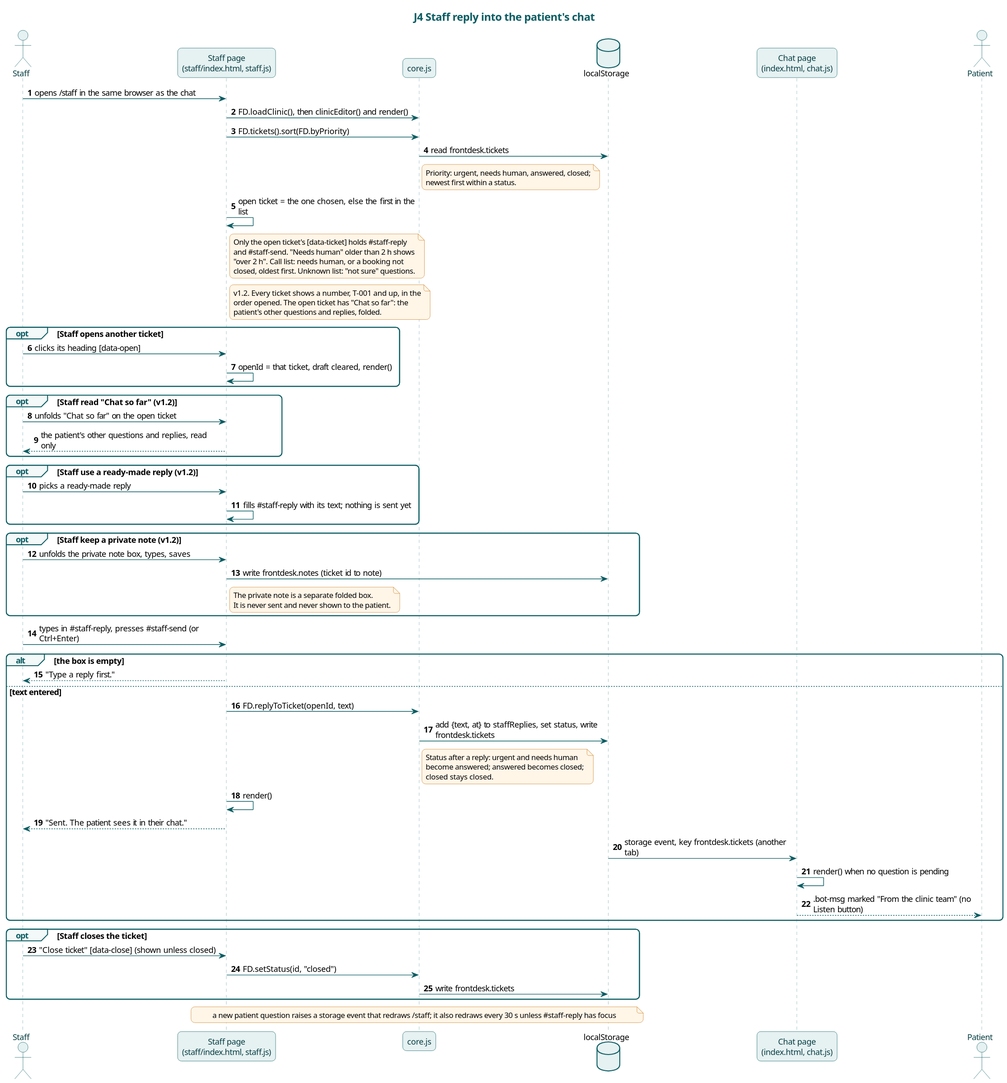
This is docs/diagrams/j4-staff-reply.svg from karwasanjay007/frontdesk-ai-docs, a PlantUML export, as it was before one commit. Its diagram source:
```plantuml
@startuml
!include style.iuml
title J4 Staff reply into the patient's chat
actor Staff
participant "Staff page\n(staff/index.html, staff.js)" as SP
participant "core.js" as Core
database "localStorage" as LS
participant "Chat page\n(index.html, chat.js)" as Chat
actor Patient
autonumber

Staff -> SP : opens /staff in the same browser as the chat
SP -> Core : FD.loadClinic(), then clinicEditor() and render()
SP -> Core : FD.tickets().sort(FD.byPriority)
Core -> LS : read frontdesk.tickets
note right of Core
Priority: urgent, needs human, answered, closed;
newest first within a status.
end note
SP -> SP : open ticket = the one chosen, else the first in the list
note right of SP
Only the open ticket's [data-ticket] holds #staff-reply
and #staff-send. "Needs human" older than 2 h shows
"over 2 h". Call list: needs human, or a booking not
closed, oldest first. Unknown list: "not sure" questions.
end note
note right of SP
v1.2. Every ticket shows a number, T-001 and up, in the
order opened. The open ticket has "Chat so far": the
patient's other questions and replies, folded.
end note
opt Staff opens another ticket
  Staff -> SP : clicks its heading [data-open]
  SP -> SP : openId = that ticket, draft cleared, render()
end
opt Staff read "Chat so far" (v1.2)
  Staff -> SP : unfolds "Chat so far" on the open ticket
  SP --> Staff : the patient's other questions and replies, read only
end
opt Staff use a ready-made reply (v1.2)
  Staff -> SP : picks a ready-made reply
  SP -> SP : fills #staff-reply with its text; nothing is sent yet
end
opt Staff keep a private note (v1.2)
  Staff -> SP : unfolds the private note box, types, saves
  SP -> LS : write frontdesk.notes (ticket id to note)
  note right of SP
  The private note is a separate folded box.
  It is never sent and never shown to the patient.
  end note
end
Staff -> SP : types in #staff-reply, presses #staff-send (or Ctrl+Enter)
alt the box is empty
  SP --> Staff : "Type a reply first."
else text entered
  SP -> Core : FD.replyToTicket(openId, text)
  Core -> LS : add {text, at} to staffReplies, set status, write frontdesk.tickets
  note right of Core
  Status after a reply: urgent and needs human
  become answered; answered becomes closed;
  closed stays closed.
  end note
  SP -> SP : render()
  SP --> Staff : "Sent. The patient sees it in their chat."
  LS -> Chat : storage event, key frontdesk.tickets (another tab)
  Chat -> Chat : render() when no question is pending
  Chat --> Patient : .bot-msg marked "From the clinic team" (no Listen button)
end
opt Staff closes the ticket
  Staff -> SP : "Close ticket" [data-close] (shown unless closed)
  SP -> Core : FD.setStatus(id, "closed")
  Core -> LS : write frontdesk.tickets
end
note over SP, LS : a new patient question raises a storage event that redraws /staff; it also redraws every 30 s unless #staff-reply has focus
@enduml
```
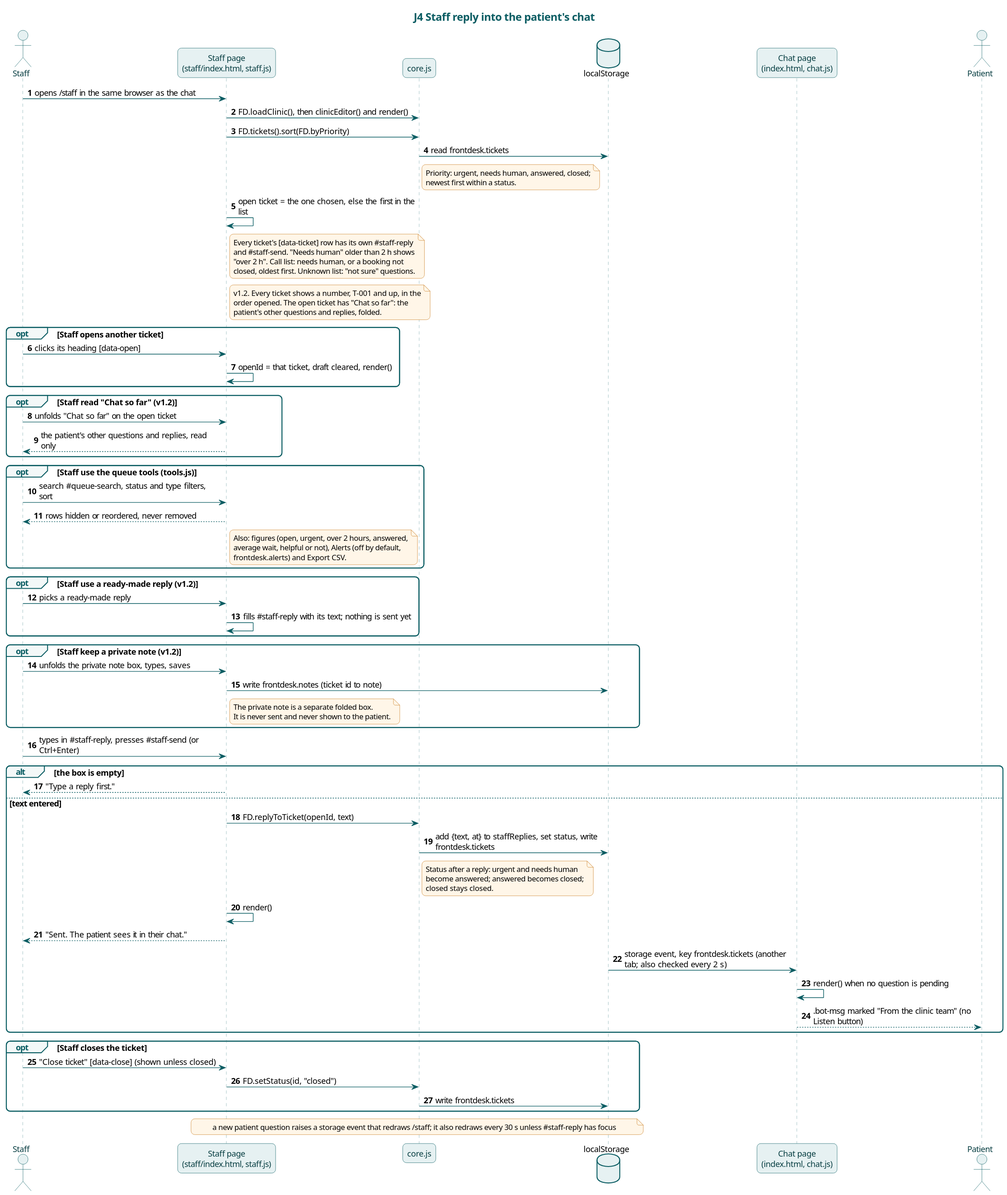
The same file after the commit.

Diff of the diagram source:
```diff
@@ -19,7 +19,7 @@
 end note
 SP -> SP : open ticket = the one chosen, else the first in the list
 note right of SP
-Only the open ticket's [data-ticket] holds #staff-reply
+Every ticket's [data-ticket] row has its own #staff-reply
 and #staff-send. "Needs human" older than 2 h shows
 "over 2 h". Call list: needs human, or a booking not
 closed, oldest first. Unknown list: "not sure" questions.
@@ -36,6 +36,15 @@
 opt Staff read "Chat so far" (v1.2)
   Staff -> SP : unfolds "Chat so far" on the open ticket
   SP --> Staff : the patient's other questions and replies, read only
+end
+opt Staff use the queue tools (tools.js)
+  Staff -> SP : search #queue-search, status and type filters, sort
+  SP --> Staff : rows hidden or reordered, never removed
+  note right of SP
+  Also: figures (open, urgent, over 2 hours, answered,
+  average wait, helpful or not), Alerts (off by default,
+  frontdesk.alerts) and Export CSV.
+  end note
 end
 opt Staff use a ready-made reply (v1.2)
   Staff -> SP : picks a ready-made reply
@@ -62,7 +71,7 @@
   end note
   SP -> SP : render()
   SP --> Staff : "Sent. The patient sees it in their chat."
-  LS -> Chat : storage event, key frontdesk.tickets (another tab)
+  LS -> Chat : storage event, key frontdesk.tickets (another tab; also checked every 2 s)
   Chat -> Chat : render() when no question is pending
   Chat --> Patient : .bot-msg marked "From the clinic team" (no Listen button)
 end
```
